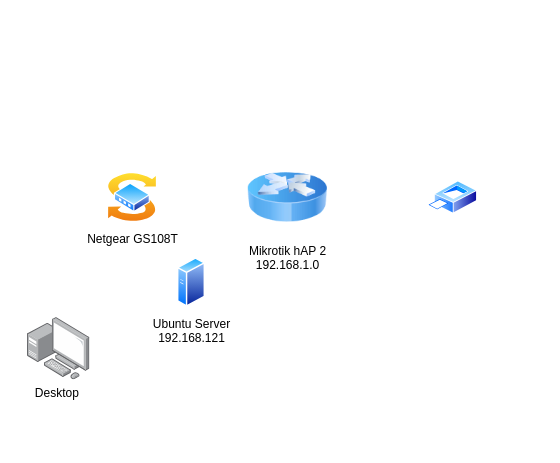
Before: Homelab.drawio in GGus99/homelab-security-stack, a draw.io diagram. Source tidied: cells renumbered, new cells numbered last; positions are measured from the earlier drawing's top-left corner, leaving out a move shared by most shapes. Both pictures are drawn from the tidied source at 100%, with x=0, y=0 at pixel (27, 157).
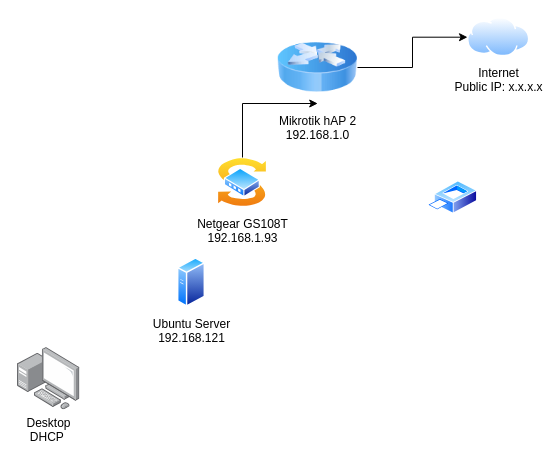
The same diagram, later.

What changed in the source:
```diff
@@
 <mxGraphModel>
   <root>
     <mxCell id="0" />
     <mxCell id="1" parent="0" />
+    <mxCell id="7" style="edgeStyle=orthogonalEdgeStyle;rounded=0;jettySize=auto;html=1;defaultLabelBackgroundColor=page;" parent="1" edge="1" source="2" target="8">
+      <mxGeometry x="-0.49" relative="1" as="geometry" />
+    </mxCell>
     <mxCell id="2" value="Mikrotik hAP 2&lt;div&gt;192.168.1.0&lt;/div&gt;" style="image;html=1;image=img/lib/clip_art/networking/Router_Icon_128x128.png;labelPerimeter=1;" parent="1" vertex="1">
-      <mxGeometry x="220" width="80" height="80" as="geometry" />
+      <mxGeometry x="250" y="-130" width="80" height="80" as="geometry" />
     </mxCell>
-    <mxCell id="3" value="Netgear GS108T" style="image;perimeter=ellipsePerimeter;html=1;align=center;shadow=0;dashed=0;spacingTop=3;image=img/lib/active_directory/switch.svg;labelPerimeter=1;" parent="1" vertex="1">
-      <mxGeometry x="80" y="15" width="50" height="50" as="geometry" />
+    <mxCell id="3" value="Netgear GS108T&lt;div&gt;192.168.1.93&lt;/div&gt;" style="image;perimeter=ellipsePerimeter;html=1;align=center;shadow=0;dashed=0;spacingTop=3;image=img/lib/active_directory/switch.svg;labelPerimeter=1;" parent="1" vertex="1">
+      <mxGeometry x="190" width="50" height="50" as="geometry" />
     </mxCell>
     <mxCell id="4" value="Ubuntu Server&lt;div&gt;192.168.121&lt;/div&gt;" style="image;perimeter=ellipsePerimeter;html=1;align=center;shadow=0;dashed=0;spacingTop=3;image=img/lib/active_directory/generic_server.svg;labelPerimeter=1;" parent="1" vertex="1">
       <mxGeometry x="150" y="100" width="28" height="50" as="geometry" />
     </mxCell>
-    <mxCell id="5" value="Desktop&amp;nbsp;" style="image;html=1;align=center;shadow=0;dashed=0;image=img/lib/allied_telesis/computer_and_terminals/Personal_Computer_with_Server.svg;labelPerimeter=1;" parent="1" vertex="1">
-      <mxGeometry y="160" width="62.4" height="62.4" as="geometry" />
+    <mxCell id="5" value="Desktop&lt;div&gt;DHCP&amp;nbsp;&lt;/div&gt;" style="image;html=1;align=center;shadow=0;dashed=0;image=img/lib/allied_telesis/computer_and_terminals/Personal_Computer_with_Server.svg;labelPerimeter=1;" parent="1" vertex="1">
+      <mxGeometry x="-10" y="190" width="62.4" height="62.4" as="geometry" />
     </mxCell>
     <mxCell id="6" style="image;perimeter=ellipsePerimeter;html=1;align=center;shadow=0;dashed=0;spacingTop=3;image=img/lib/active_directory/printer.svg;labelPerimeter=1;" parent="1" vertex="1">
       <mxGeometry x="400" y="23.5" width="50" height="33" as="geometry" />
     </mxCell>
+    <mxCell id="8" value="Internet&lt;div&gt;Public IP: x.x.x.x&lt;/div&gt;" style="image;perimeter=ellipsePerimeter;html=1;align=center;shadow=0;dashed=0;spacingTop=3;image=img/lib/active_directory/internet_cloud.svg;labelPerimeter=1;" parent="1" vertex="1">
+      <mxGeometry x="440" y="-140" width="62.4" height="39.3" as="geometry" />
+    </mxCell>
+    <mxCell id="9" style="edgeStyle=orthogonalEdgeStyle;rounded=0;jettySize=auto;html=1;entryX=0.503;entryY=0.95;entryDx=0;entryDy=0;entryPerimeter=0;defaultLabelBackgroundColor=page;" parent="1" edge="1" source="3" target="2">
+      <mxGeometry relative="1" as="geometry">
+        <Array as="points">
+          <mxPoint x="215" y="-54" />
+        </Array>
+      </mxGeometry>
+    </mxCell>
   </root>
 </mxGraphModel>
```
